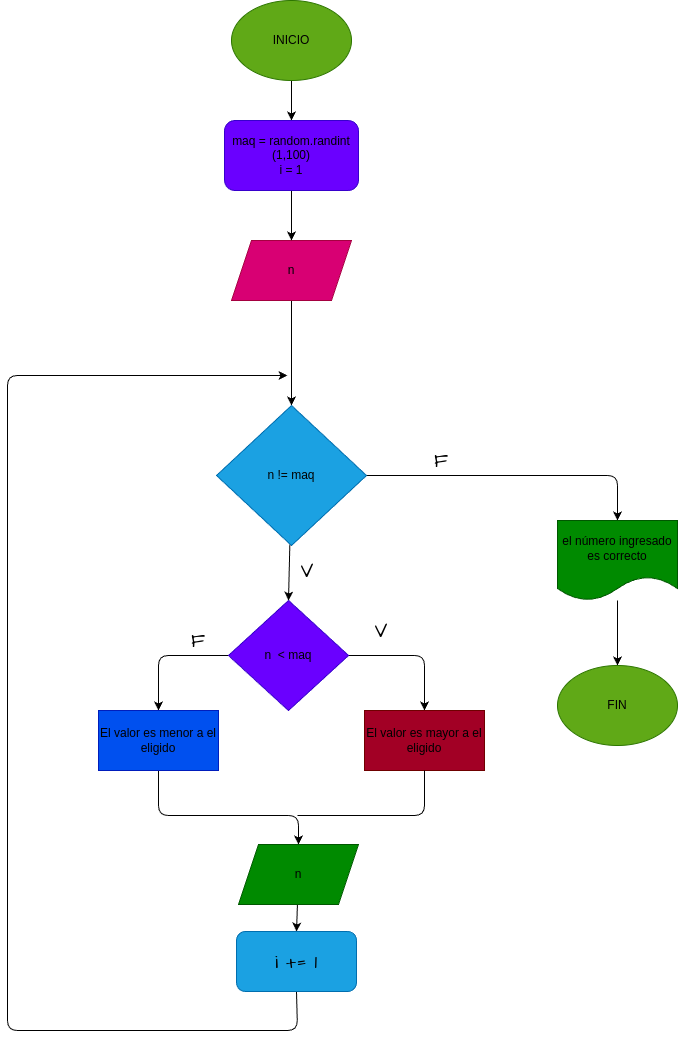
Above: diagrama.png in Nicolas942/Adivina_el_numero (draw.io), before the change. Source tidied: cells renumbered, new cells last; positions are measured from the earlier drawing's top-left corner, leaving out a move shared by most shapes.
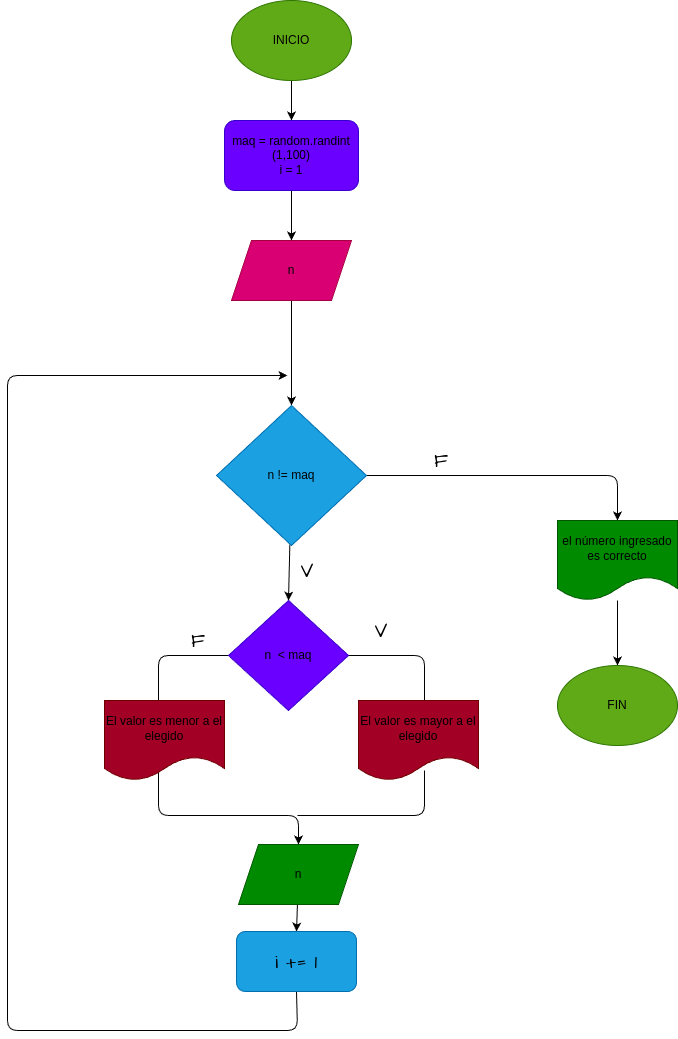
The same diagram one commit later.

What changed in the source:
```diff
@@ -35,15 +35,17 @@
     <mxCell id="10" value="&lt;font color=&quot;#000000&quot;&gt;n != maq&lt;/font&gt;" style="rhombus;whiteSpace=wrap;html=1;fillColor=#1ba1e2;fontColor=#ffffff;strokeColor=#006EAF;" parent="1" vertex="1">
       <mxGeometry x="209" y="405" width="150" height="140" as="geometry" />
     </mxCell>
-    <mxCell id="11" style="edgeStyle=none;html=1;entryX=0.5;entryY=0;entryDx=0;entryDy=0;" parent="1" edge="1" source="13" target="14">
+    <mxCell id="11" style="edgeStyle=none;html=1;entryX=0.5;entryY=0;entryDx=0;entryDy=0;" parent="1" edge="1" source="13">
       <mxGeometry relative="1" as="geometry">
+        <mxPoint x="417" y="710" as="targetPoint" />
         <Array as="points">
           <mxPoint x="417" y="655" />
         </Array>
       </mxGeometry>
     </mxCell>
-    <mxCell id="12" style="edgeStyle=none;html=1;entryX=0.5;entryY=0;entryDx=0;entryDy=0;" parent="1" edge="1" source="13" target="16">
+    <mxCell id="12" style="edgeStyle=none;html=1;entryX=0.5;entryY=0;entryDx=0;entryDy=0;" parent="1" edge="1" source="13">
       <mxGeometry relative="1" as="geometry">
+        <mxPoint x="151" y="710" as="targetPoint" />
         <Array as="points">
           <mxPoint x="151" y="655" />
         </Array>
@@ -52,20 +54,15 @@
     <mxCell id="13" value="&lt;font color=&quot;#000000&quot;&gt;n&amp;nbsp; &amp;lt; maq&lt;/font&gt;" style="rhombus;whiteSpace=wrap;html=1;fillColor=#6a00ff;fontColor=#ffffff;strokeColor=#3700CC;" parent="1" vertex="1">
       <mxGeometry x="221" y="600" width="120" height="110" as="geometry" />
     </mxCell>
-    <mxCell id="14" value="&lt;font color=&quot;#000000&quot;&gt;El valor es mayor a el eligido&lt;/font&gt;" style="rounded=0;whiteSpace=wrap;html=1;fillColor=#a20025;fontColor=#ffffff;strokeColor=#6F0000;" parent="1" vertex="1">
-      <mxGeometry x="357" y="710" width="120" height="60" as="geometry" />
-    </mxCell>
-    <mxCell id="15" style="edgeStyle=none;html=1;entryX=0.5;entryY=0;entryDx=0;entryDy=0;" parent="1" edge="1" source="16" target="19">
+    <mxCell id="15" style="edgeStyle=none;html=1;entryX=0.5;entryY=0;entryDx=0;entryDy=0;" parent="1" edge="1" target="19">
       <mxGeometry relative="1" as="geometry">
+        <mxPoint x="151" y="770" as="sourcePoint" />
         <Array as="points">
           <mxPoint x="151" y="815" />
           <mxPoint x="291" y="815" />
         </Array>
       </mxGeometry>
     </mxCell>
-    <mxCell id="16" value="&lt;font color=&quot;#000000&quot;&gt;El valor es menor a el eligido&lt;/font&gt;" style="rounded=0;whiteSpace=wrap;html=1;fillColor=#0050ef;fontColor=#ffffff;strokeColor=#001DBC;" parent="1" vertex="1">
-      <mxGeometry x="91" y="710" width="120" height="60" as="geometry" />
-    </mxCell>
     <mxCell id="17" style="edgeStyle=none;html=1;exitX=0.5;exitY=1;exitDx=0;exitDy=0;" parent="1" edge="1" source="28">
       <mxGeometry relative="1" as="geometry">
         <mxPoint x="280" y="375" as="targetPoint" />
@@ -83,8 +80,9 @@
     <mxCell id="19" value="&lt;font color=&quot;#000000&quot;&gt;n&lt;/font&gt;" style="shape=parallelogram;perimeter=parallelogramPerimeter;whiteSpace=wrap;html=1;fixedSize=1;fillColor=#008a00;fontColor=#ffffff;strokeColor=#005700;" parent="1" vertex="1">
       <mxGeometry x="231" y="844" width="120" height="60" as="geometry" />
     </mxCell>
-    <mxCell id="20" style="endArrow=none;html=1;exitX=0.5;exitY=1;exitDx=0;exitDy=0;" parent="1" edge="1" source="14">
+    <mxCell id="20" style="endArrow=none;html=1;exitX=0.5;exitY=1;exitDx=0;exitDy=0;" parent="1" edge="1">
       <mxGeometry relative="1" as="geometry">
+        <mxPoint x="417" y="770" as="sourcePoint" />
         <mxPoint x="290" y="815" as="targetPoint" />
         <Array as="points">
           <mxPoint x="417" y="815" />
@@ -115,5 +113,11 @@
     <mxCell id="28" value="&lt;font color=&quot;#000000&quot;&gt;i += 1&lt;/font&gt;" style="rounded=1;whiteSpace=wrap;html=1;hachureGap=4;fontFamily=Architects Daughter;fontSource=https%3A%2F%2Ffonts.googleapis.com%2Fcss%3Ffamily%3DArchitects%2BDaughter;fontSize=20;fillColor=#1ba1e2;fontColor=#ffffff;strokeColor=#006EAF;" parent="1" vertex="1">
       <mxGeometry x="229" y="931" width="120" height="60" as="geometry" />
     </mxCell>
+    <mxCell id="29" value="&lt;font style=&quot;color: light-dark(rgb(0, 0, 0), rgb(255, 255, 255));&quot;&gt;El valor es menor a el elegido&lt;/font&gt;" style="shape=document;whiteSpace=wrap;html=1;boundedLbl=1;fillColor=#a20025;fontColor=#ffffff;strokeColor=#6F0000;" parent="1" vertex="1">
+      <mxGeometry x="97" y="700" width="120" height="80" as="geometry" />
+    </mxCell>
+    <mxCell id="30" value="&lt;font style=&quot;color: light-dark(rgb(0, 0, 0), rgb(255, 255, 255));&quot;&gt;El valor es mayor a el elegido&lt;/font&gt;" style="shape=document;whiteSpace=wrap;html=1;boundedLbl=1;fillColor=#a20025;fontColor=#ffffff;strokeColor=#6F0000;" parent="1" vertex="1">
+      <mxGeometry x="351" y="700" width="120" height="80" as="geometry" />
+    </mxCell>
   </root>
 </mxGraphModel>
```
